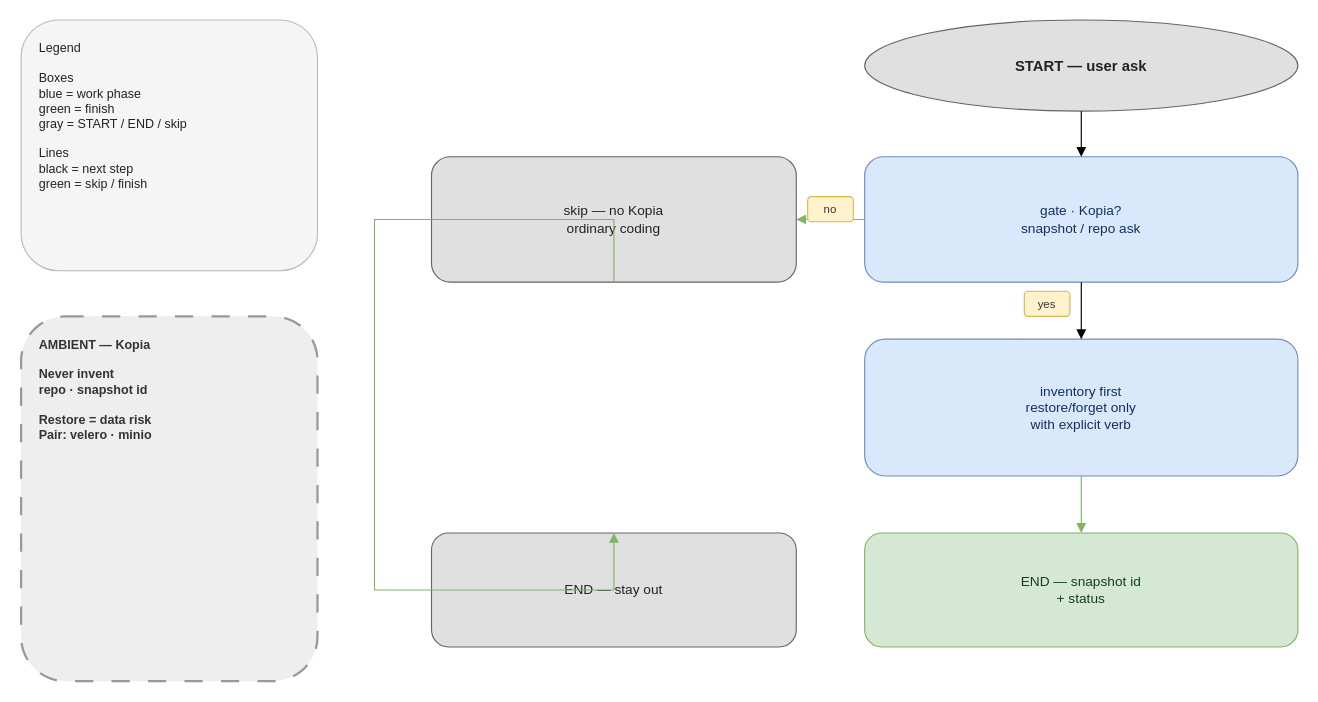
Before: plugins/kopia/docs/kopia-workflow.drawio in nodadyoushutup/marketplace, a draw.io diagram. Source tidied: cells renumbered, new cells numbered last; positions are measured from the earlier drawing's top-left corner, leaving out a move shared by most shapes. Both pictures are drawn from the tidied source at 114%, with x=0, y=0 at pixel (21, 19).
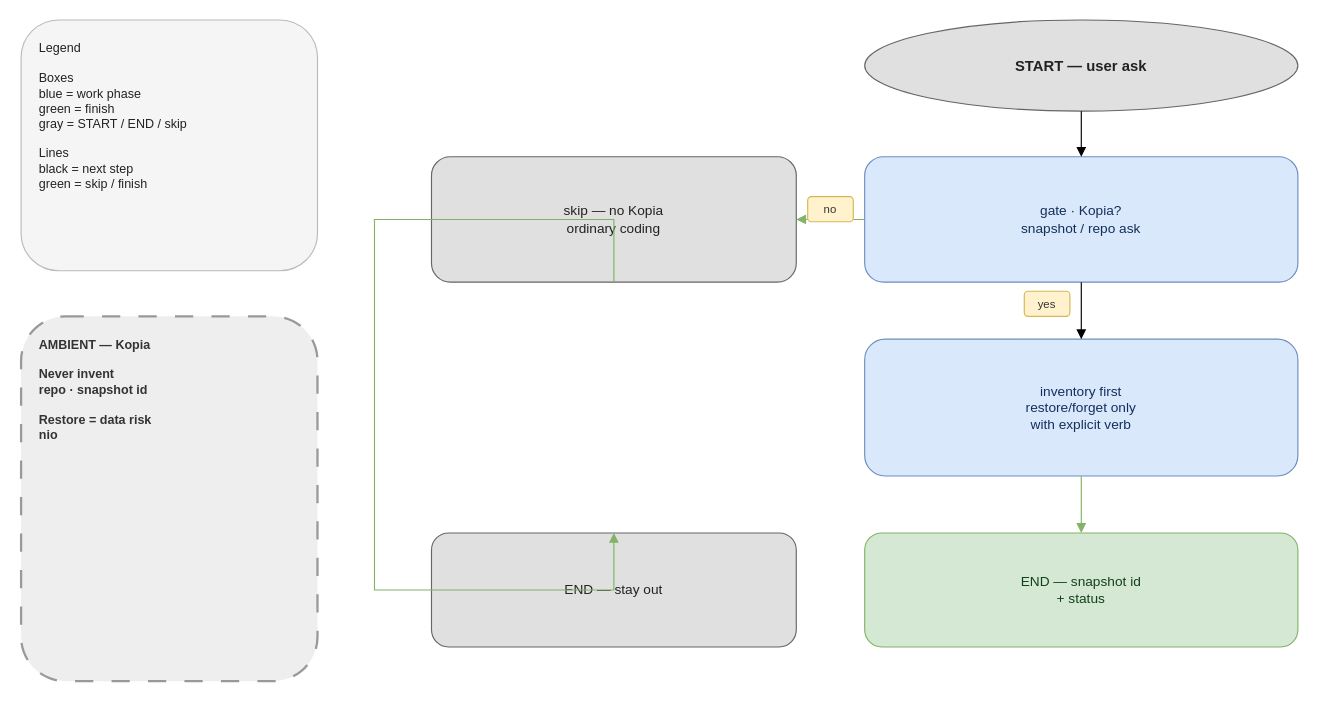
The same diagram, later.

Change to the diagram source:
```diff
@@
 <mxGraphModel>
   <root>
     <mxCell id="0" />
     <mxCell id="1" parent="0" />
     <mxCell id="2" value="Legend&#10;&#10;Boxes&#10;blue = work phase&#10;green = finish&#10;gray = START / END / skip&#10;&#10;Lines&#10;black = next step&#10;green = skip / finish" style="rounded=1;whiteSpace=wrap;html=1;align=left;verticalAlign=top;spacingLeft=14;spacingRight=14;spacingTop=12;spacingBottom=12;fontSize=11;fillColor=#f5f5f5;strokeColor=#bbbbbb;fontColor=#222222;" parent="1" vertex="1">
       <mxGeometry width="260" height="220" as="geometry" />
     </mxCell>
-    <mxCell id="3" value="AMBIENT — Kopia&#10;&#10;Never invent&#10;repo · snapshot id&#10;&#10;Restore = data risk&#10;Pair: velero · minio" style="rounded=1;whiteSpace=wrap;html=1;dashed=1;dashPattern=8 8;align=left;verticalAlign=top;spacingLeft=14;spacingRight=14;spacingTop=12;spacingBottom=12;fontSize=11;fontStyle=1;fillColor=#eeeeee;strokeColor=#999999;strokeWidth=2;fontColor=#333333;" parent="1" vertex="1">
+    <mxCell id="3" value="AMBIENT — Kopia&#10;&#10;Never invent&#10;repo · snapshot id&#10;&#10;Restore = data risk&#10;nio" style="rounded=1;whiteSpace=wrap;html=1;dashed=1;dashPattern=8 8;align=left;verticalAlign=top;spacingLeft=14;spacingRight=14;spacingTop=12;spacingBottom=12;fontSize=11;fontStyle=1;fillColor=#eeeeee;strokeColor=#999999;strokeWidth=2;fontColor=#333333;" parent="1" vertex="1">
       <mxGeometry y="260" width="260" height="320" as="geometry" />
     </mxCell>
     <mxCell id="4" value="START — user ask" style="ellipse;whiteSpace=wrap;html=1;align=center;verticalAlign=middle;fontSize=13;fontStyle=1;fillColor=#e0e0e0;strokeColor=#666666;fontColor=#222222;" parent="1" vertex="1">
       <mxGeometry x="740" width="380" height="80" as="geometry" />
     </mxCell>
     <mxCell id="5" value="gate · Kopia?&#10;snapshot / repo ask" style="rounded=1;whiteSpace=wrap;html=1;align=center;verticalAlign=middle;spacingLeft=12;spacingRight=12;fontSize=12;fillColor=#dae8fc;strokeColor=#6c8ebf;fontColor=#12305B;" parent="1" vertex="1">
       <mxGeometry x="740" y="120" width="380" height="110" as="geometry" />
     </mxCell>
     <mxCell id="6" value="skip — no Kopia&#10;ordinary coding" style="rounded=1;whiteSpace=wrap;html=1;align=center;verticalAlign=middle;spacingLeft=12;spacingRight=12;fontSize=12;fillColor=#e0e0e0;strokeColor=#666666;fontColor=#222222;" parent="1" vertex="1">
       <mxGeometry x="360" y="120" width="320" height="110" as="geometry" />
     </mxCell>
     <mxCell id="7" value="inventory first&#10;restore/forget only&#10;with explicit verb" style="rounded=1;whiteSpace=wrap;html=1;align=center;verticalAlign=middle;spacingLeft=12;spacingRight=12;fontSize=12;fillColor=#dae8fc;strokeColor=#6c8ebf;fontColor=#12305B;" parent="1" vertex="1">
       <mxGeometry x="740" y="280" width="380" height="120" as="geometry" />
     </mxCell>
     <mxCell id="8" value="END — snapshot id&#10;+ status" style="rounded=1;whiteSpace=wrap;html=1;align=center;verticalAlign=middle;spacingLeft=12;spacingRight=12;fontSize=12;fillColor=#d5e8d4;strokeColor=#82b366;fontColor=#12401A;" parent="1" vertex="1">
       <mxGeometry x="740" y="450" width="380" height="100" as="geometry" />
     </mxCell>
     <mxCell id="9" value="END — stay out" style="rounded=1;whiteSpace=wrap;html=1;align=center;verticalAlign=middle;spacingLeft=12;spacingRight=12;fontSize=12;fillColor=#e0e0e0;strokeColor=#666666;fontColor=#222222;" parent="1" vertex="1">
       <mxGeometry x="360" y="450" width="320" height="100" as="geometry" />
     </mxCell>
     <mxCell id="10" style="edgeStyle=orthogonalEdgeStyle;rounded=0;html=1;endArrow=block;jumpStyle=arc;jumpSize=10;exitX=0.5;exitY=1;entryX=0.5;entryY=0;" parent="1" edge="1" source="4" target="5">
       <mxGeometry relative="1" as="geometry" />
     </mxCell>
     <mxCell id="11" style="edgeStyle=orthogonalEdgeStyle;rounded=0;html=1;endArrow=block;jumpStyle=arc;jumpSize=10;strokeColor=#82b366;exitX=0;exitY=0.5;entryX=1;entryY=0.5;" parent="1" edge="1" source="5" target="6">
       <mxGeometry relative="1" as="geometry" />
     </mxCell>
     <mxCell id="12" value="no" style="rounded=1;whiteSpace=wrap;html=1;align=center;verticalAlign=middle;fontSize=10;fillColor=#fff2cc;strokeColor=#d6b656;fontColor=#333333;" parent="1" vertex="1">
       <mxGeometry x="690" y="155" width="40" height="22" as="geometry" />
     </mxCell>
     <mxCell id="13" style="edgeStyle=orthogonalEdgeStyle;rounded=0;html=1;endArrow=block;jumpStyle=arc;jumpSize=10;exitX=0.5;exitY=1;entryX=0.5;entryY=0;" parent="1" edge="1" source="5" target="7">
       <mxGeometry relative="1" as="geometry" />
     </mxCell>
     <mxCell id="14" value="yes" style="rounded=1;whiteSpace=wrap;html=1;align=center;verticalAlign=middle;fontSize=10;fillColor=#fff2cc;strokeColor=#d6b656;fontColor=#333333;" parent="1" vertex="1">
       <mxGeometry x="880" y="238" width="40" height="22" as="geometry" />
     </mxCell>
     <mxCell id="15" style="edgeStyle=orthogonalEdgeStyle;rounded=0;html=1;endArrow=block;jumpStyle=arc;jumpSize=10;strokeColor=#82b366;exitX=0.5;exitY=1;entryX=0.5;entryY=0;" parent="1" edge="1" source="7" target="8">
       <mxGeometry relative="1" as="geometry" />
     </mxCell>
     <mxCell id="16" style="edgeStyle=orthogonalEdgeStyle;rounded=0;html=1;endArrow=block;jumpStyle=arc;jumpSize=10;strokeColor=#82b366;exitX=0.5;exitY=1;entryX=0.5;entryY=0;" parent="1" edge="1" source="6" target="9">
       <mxGeometry relative="1" as="geometry">
         <Array as="points">
           <mxPoint x="310" y="175" />
           <mxPoint x="310" y="500" />
         </Array>
       </mxGeometry>
     </mxCell>
   </root>
 </mxGraphModel>
```
